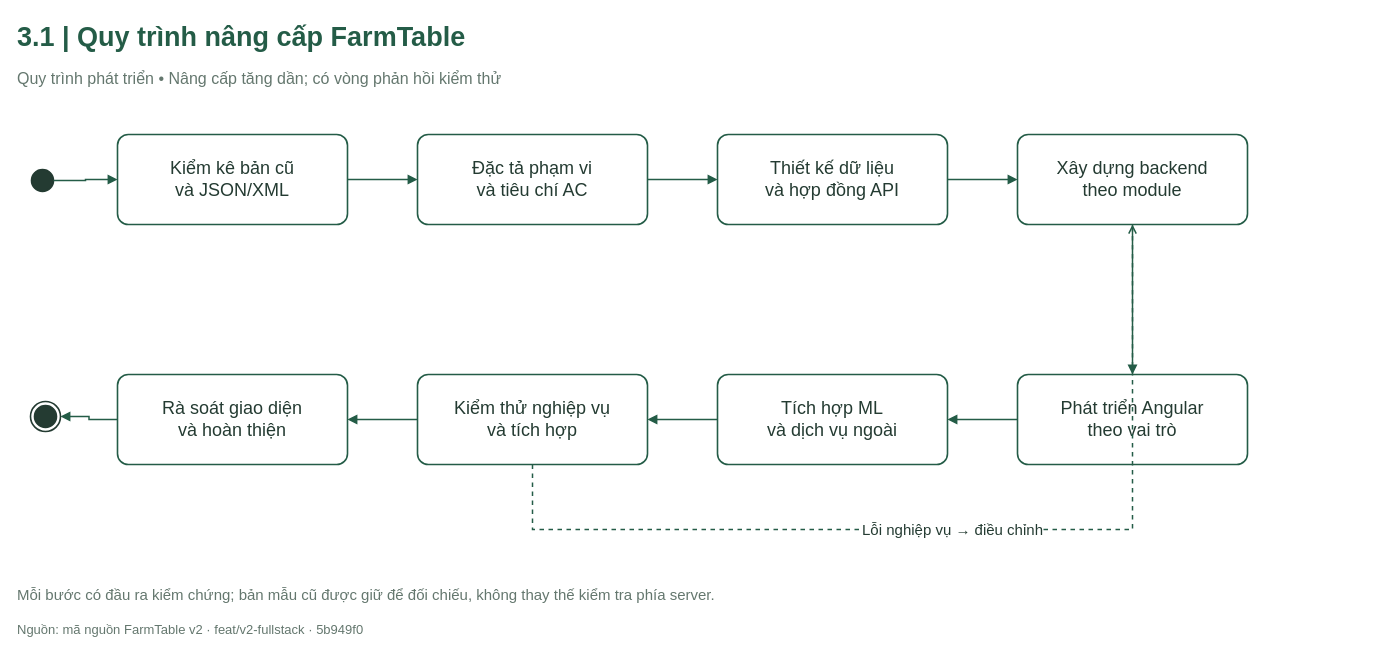
hathu1272006-eng/PTWnangcao keeps this draw.io diagram as FarmTable_Chuong3/So_do_BA/drawio/Hinh_3_1.drawio. Above is the earlier version. Source tidied: cells renumbered, new cells numbered last; positions are measured from the earlier drawing's top-left corner, leaving out a move shared by most shapes. Both pictures are drawn from the tidied source at 100%, with x=0, y=0 at pixel (17, 17).
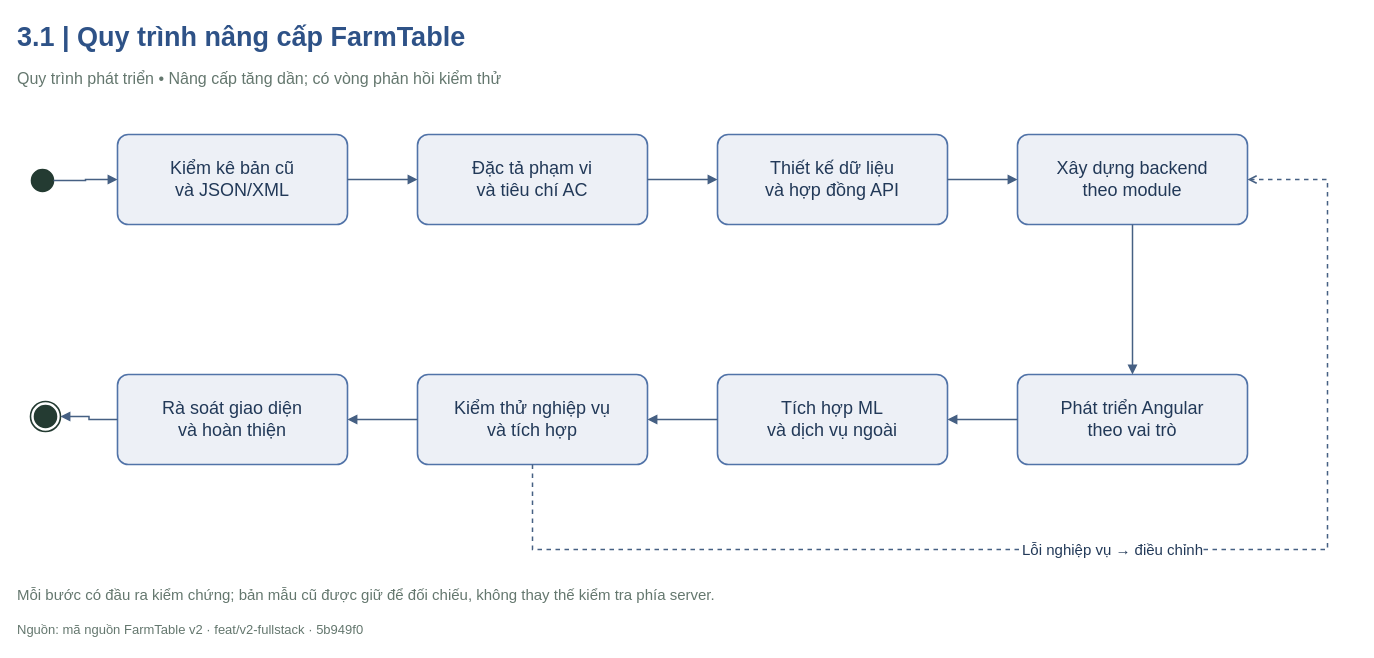
The same diagram, later.

Unchanged cells that the change refers to:
```xml
<mxCell id="4" style="html=1;whiteSpace=wrap;fontFamily=Arial;fontSize=18;fontColor=#243B32;strokeColor=#245C47;strokeWidth=1.6;fillColor=#FFFFFF;spacing=8;ellipse;fillColor=#243B32;strokeColor=#243B32;" parent="1" vertex="1">
  <mxGeometry x="14" y="152" width="22" height="22" as="geometry" />
</mxCell>
<mxCell id="21" style="html=1;whiteSpace=wrap;fontFamily=Arial;fontSize=18;fontColor=#243B32;strokeColor=#245C47;strokeWidth=1.6;fillColor=#FFFFFF;spacing=8;shape=endState;fillColor=#243B32;strokeColor=#243B32;" parent="1" vertex="1">
  <mxGeometry x="13" y="384" width="30" height="30" as="geometry" />
</mxCell>
```

Change to the diagram source:
```diff
@@
-    <mxCell id="2" value="3.1  |  Quy trình nâng cấp FarmTable" style="html=1;whiteSpace=wrap;fontFamily=Arial;fontSize=18;fontColor=#243B32;strokeColor=#245C47;strokeWidth=1.6;fillColor=#FFFFFF;spacing=8;text;strokeColor=none;fillColor=none;align=left;verticalAlign=middle;fontSize=27;fontStyle=1;fontColor=#245C47;spacing=0;" parent="1" vertex="1">
+    <mxCell id="2" value="3.1  |  Quy trình nâng cấp FarmTable" style="html=1;whiteSpace=wrap;fontFamily=Arial;fontSize=18;strokeColor=#245C47;strokeWidth=1.6;fillColor=#FFFFFF;spacing=8;text;strokeColor=none;fillColor=none;align=left;verticalAlign=middle;fontSize=27;fontStyle=1;spacing=0;fontColor=#2E5287;" parent="1" vertex="1">
       <mxGeometry width="1340" height="40" as="geometry" />
     </mxCell>
@@
-    <mxCell id="5" value="Kiểm kê bản cũ&lt;br/&gt;và JSON/XML" style="html=1;whiteSpace=wrap;fontFamily=Arial;fontSize=18;fontColor=#243B32;strokeColor=#245C47;strokeWidth=1.6;fillColor=#FFFFFF;spacing=8;rounded=1;arcSize=12;" parent="1" vertex="1">
+    <mxCell id="5" value="Kiểm kê bản cũ&lt;br/&gt;và JSON/XML" style="html=1;whiteSpace=wrap;fontFamily=Arial;fontSize=18;strokeWidth=1.6;spacing=8;rounded=1;arcSize=12;fillColor=#EDF0F6;strokeColor=#5173A8;fontColor=#223958;" parent="1" vertex="1">
       <mxGeometry x="100" y="117" width="230" height="90" as="geometry" />
     </mxCell>
-    <mxCell id="6" value="Đặc tả phạm vi&lt;br/&gt;và tiêu chí AC" style="html=1;whiteSpace=wrap;fontFamily=Arial;fontSize=18;fontColor=#243B32;strokeColor=#245C47;strokeWidth=1.6;fillColor=#FFFFFF;spacing=8;rounded=1;arcSize=12;" parent="1" vertex="1">
+    <mxCell id="6" value="Đặc tả phạm vi&lt;br/&gt;và tiêu chí AC" style="html=1;whiteSpace=wrap;fontFamily=Arial;fontSize=18;strokeWidth=1.6;spacing=8;rounded=1;arcSize=12;fillColor=#EDF0F6;strokeColor=#5173A8;fontColor=#223958;" parent="1" vertex="1">
       <mxGeometry x="400" y="117" width="230" height="90" as="geometry" />
     </mxCell>
-    <mxCell id="7" value="Thiết kế dữ liệu&lt;br/&gt;và hợp đồng API" style="html=1;whiteSpace=wrap;fontFamily=Arial;fontSize=18;fontColor=#243B32;strokeColor=#245C47;strokeWidth=1.6;fillColor=#FFFFFF;spacing=8;rounded=1;arcSize=12;" parent="1" vertex="1">
+    <mxCell id="7" value="Thiết kế dữ liệu&lt;br/&gt;và hợp đồng API" style="html=1;whiteSpace=wrap;fontFamily=Arial;fontSize=18;strokeWidth=1.6;spacing=8;rounded=1;arcSize=12;fillColor=#EDF0F6;strokeColor=#5173A8;fontColor=#223958;" parent="1" vertex="1">
       <mxGeometry x="700" y="117" width="230" height="90" as="geometry" />
     </mxCell>
-    <mxCell id="8" value="Xây dựng backend&lt;br/&gt;theo module" style="html=1;whiteSpace=wrap;fontFamily=Arial;fontSize=18;fontColor=#243B32;strokeColor=#245C47;strokeWidth=1.6;fillColor=#FFFFFF;spacing=8;rounded=1;arcSize=12;" parent="1" vertex="1">
+    <mxCell id="8" value="Xây dựng backend&lt;br/&gt;theo module" style="html=1;whiteSpace=wrap;fontFamily=Arial;fontSize=18;strokeWidth=1.6;spacing=8;rounded=1;arcSize=12;fillColor=#EDF0F6;strokeColor=#5173A8;fontColor=#223958;" parent="1" vertex="1">
       <mxGeometry x="1000" y="117" width="230" height="90" as="geometry" />
     </mxCell>
-    <mxCell id="9" value="Phát triển Angular&lt;br/&gt;theo vai trò" style="html=1;whiteSpace=wrap;fontFamily=Arial;fontSize=18;fontColor=#243B32;strokeColor=#245C47;strokeWidth=1.6;fillColor=#FFFFFF;spacing=8;rounded=1;arcSize=12;" parent="1" vertex="1">
+    <mxCell id="9" value="Phát triển Angular&lt;br/&gt;theo vai trò" style="html=1;whiteSpace=wrap;fontFamily=Arial;fontSize=18;strokeWidth=1.6;spacing=8;rounded=1;arcSize=12;fillColor=#EDF0F6;strokeColor=#5173A8;fontColor=#223958;" parent="1" vertex="1">
       <mxGeometry x="1000" y="357" width="230" height="90" as="geometry" />
     </mxCell>
-    <mxCell id="10" value="Tích hợp ML&lt;br/&gt;và dịch vụ ngoài" style="html=1;whiteSpace=wrap;fontFamily=Arial;fontSize=18;fontColor=#243B32;strokeColor=#245C47;strokeWidth=1.6;fillColor=#FFFFFF;spacing=8;rounded=1;arcSize=12;" parent="1" vertex="1">
+    <mxCell id="10" value="Tích hợp ML&lt;br/&gt;và dịch vụ ngoài" style="html=1;whiteSpace=wrap;fontFamily=Arial;fontSize=18;strokeWidth=1.6;spacing=8;rounded=1;arcSize=12;fillColor=#EDF0F6;strokeColor=#5173A8;fontColor=#223958;" parent="1" vertex="1">
       <mxGeometry x="700" y="357" width="230" height="90" as="geometry" />
     </mxCell>
-    <mxCell id="11" value="Kiểm thử nghiệp vụ&lt;br/&gt;và tích hợp" style="html=1;whiteSpace=wrap;fontFamily=Arial;fontSize=18;fontColor=#243B32;strokeColor=#245C47;strokeWidth=1.6;fillColor=#FFFFFF;spacing=8;rounded=1;arcSize=12;" parent="1" vertex="1">
+    <mxCell id="11" value="Kiểm thử nghiệp vụ&lt;br/&gt;và tích hợp" style="html=1;whiteSpace=wrap;fontFamily=Arial;fontSize=18;strokeWidth=1.6;spacing=8;rounded=1;arcSize=12;fillColor=#EDF0F6;strokeColor=#5173A8;fontColor=#223958;" parent="1" vertex="1">
       <mxGeometry x="400" y="357" width="230" height="90" as="geometry" />
     </mxCell>
-    <mxCell id="12" value="Rà soát giao diện&lt;br/&gt;và hoàn thiện" style="html=1;whiteSpace=wrap;fontFamily=Arial;fontSize=18;fontColor=#243B32;strokeColor=#245C47;strokeWidth=1.6;fillColor=#FFFFFF;spacing=8;rounded=1;arcSize=12;" parent="1" vertex="1">
+    <mxCell id="12" value="Rà soát giao diện&lt;br/&gt;và hoàn thiện" style="html=1;whiteSpace=wrap;fontFamily=Arial;fontSize=18;strokeWidth=1.6;spacing=8;rounded=1;arcSize=12;fillColor=#EDF0F6;strokeColor=#5173A8;fontColor=#223958;" parent="1" vertex="1">
       <mxGeometry x="100" y="357" width="230" height="90" as="geometry" />
     </mxCell>
-    <mxCell id="13" style="edgeStyle=orthogonalEdgeStyle;rounded=0;jettySize=20;html=1;fontFamily=Arial;fontSize=15;fontColor=#243B32;labelBackgroundColor=#FFFFFF;strokeColor=#245C47;strokeWidth=1.5;endArrow=block;endFill=1;exitX=1;exitY=0.5;entryX=0;entryY=0.5;exitDx=0;exitDy=0;entryDx=0;entryDy=0;" parent="1" edge="1" source="4" target="5">
+    <mxCell id="13" style="edgeStyle=orthogonalEdgeStyle;rounded=0;jettySize=20;html=1;fontFamily=Arial;fontSize=15;labelBackgroundColor=#FFFFFF;strokeWidth=1.5;endArrow=block;endFill=1;exitX=1;exitY=0.5;entryX=0;entryY=0.5;exitDx=0;exitDy=0;entryDx=0;entryDy=0;strokeColor=#466083;fontColor=#223958;" parent="1" edge="1" source="4" target="5">
       <mxGeometry relative="1" as="geometry" />
     </mxCell>
-    <mxCell id="14" style="edgeStyle=orthogonalEdgeStyle;rounded=0;jettySize=20;html=1;fontFamily=Arial;fontSize=15;fontColor=#243B32;labelBackgroundColor=#FFFFFF;strokeColor=#245C47;strokeWidth=1.5;endArrow=block;endFill=1;exitX=1;exitY=0.5;entryX=0;entryY=0.5;exitDx=0;exitDy=0;entryDx=0;entryDy=0;" parent="1" edge="1" source="5" target="6">
+    <mxCell id="14" style="edgeStyle=orthogonalEdgeStyle;rounded=0;jettySize=20;html=1;fontFamily=Arial;fontSize=15;labelBackgroundColor=#FFFFFF;strokeWidth=1.5;endArrow=block;endFill=1;exitX=1;exitY=0.5;entryX=0;entryY=0.5;exitDx=0;exitDy=0;entryDx=0;entryDy=0;strokeColor=#466083;fontColor=#223958;" parent="1" edge="1" source="5" target="6">
       <mxGeometry relative="1" as="geometry" />
     </mxCell>
-    <mxCell id="15" style="edgeStyle=orthogonalEdgeStyle;rounded=0;jettySize=20;html=1;fontFamily=Arial;fontSize=15;fontColor=#243B32;labelBackgroundColor=#FFFFFF;strokeColor=#245C47;strokeWidth=1.5;endArrow=block;endFill=1;exitX=1;exitY=0.5;entryX=0;entryY=0.5;exitDx=0;exitDy=0;entryDx=0;entryDy=0;" parent="1" edge="1" source="6" target="7">
+    <mxCell id="15" style="edgeStyle=orthogonalEdgeStyle;rounded=0;jettySize=20;html=1;fontFamily=Arial;fontSize=15;labelBackgroundColor=#FFFFFF;strokeWidth=1.5;endArrow=block;endFill=1;exitX=1;exitY=0.5;entryX=0;entryY=0.5;exitDx=0;exitDy=0;entryDx=0;entryDy=0;strokeColor=#466083;fontColor=#223958;" parent="1" edge="1" source="6" target="7">
       <mxGeometry relative="1" as="geometry" />
     </mxCell>
-    <mxCell id="16" style="edgeStyle=orthogonalEdgeStyle;rounded=0;jettySize=20;html=1;fontFamily=Arial;fontSize=15;fontColor=#243B32;labelBackgroundColor=#FFFFFF;strokeColor=#245C47;strokeWidth=1.5;endArrow=block;endFill=1;exitX=1;exitY=0.5;entryX=0;entryY=0.5;exitDx=0;exitDy=0;entryDx=0;entryDy=0;" parent="1" edge="1" source="7" target="8">
+    <mxCell id="16" style="edgeStyle=orthogonalEdgeStyle;rounded=0;jettySize=20;html=1;fontFamily=Arial;fontSize=15;labelBackgroundColor=#FFFFFF;strokeWidth=1.5;endArrow=block;endFill=1;exitX=1;exitY=0.5;entryX=0;entryY=0.5;exitDx=0;exitDy=0;entryDx=0;entryDy=0;strokeColor=#466083;fontColor=#223958;" parent="1" edge="1" source="7" target="8">
       <mxGeometry relative="1" as="geometry" />
     </mxCell>
-    <mxCell id="17" style="edgeStyle=orthogonalEdgeStyle;rounded=0;jettySize=20;html=1;fontFamily=Arial;fontSize=15;fontColor=#243B32;labelBackgroundColor=#FFFFFF;strokeColor=#245C47;strokeWidth=1.5;endArrow=block;endFill=1;exitX=0.5;exitY=1;entryX=0.5;entryY=0;exitDx=0;exitDy=0;entryDx=0;entryDy=0;" parent="1" edge="1" source="8" target="9">
+    <mxCell id="17" style="edgeStyle=orthogonalEdgeStyle;rounded=0;jettySize=20;html=1;fontFamily=Arial;fontSize=15;labelBackgroundColor=#FFFFFF;strokeWidth=1.5;endArrow=block;endFill=1;exitX=0.5;exitY=1;entryX=0.5;entryY=0;exitDx=0;exitDy=0;entryDx=0;entryDy=0;strokeColor=#466083;fontColor=#223958;" parent="1" edge="1" source="8" target="9">
       <mxGeometry relative="1" as="geometry" />
     </mxCell>
-    <mxCell id="18" style="edgeStyle=orthogonalEdgeStyle;rounded=0;jettySize=20;html=1;fontFamily=Arial;fontSize=15;fontColor=#243B32;labelBackgroundColor=#FFFFFF;strokeColor=#245C47;strokeWidth=1.5;endArrow=block;endFill=1;exitX=0;exitY=0.5;entryX=1;entryY=0.5;exitDx=0;exitDy=0;entryDx=0;entryDy=0;" parent="1" edge="1" source="9" target="10">
+    <mxCell id="18" style="edgeStyle=orthogonalEdgeStyle;rounded=0;jettySize=20;html=1;fontFamily=Arial;fontSize=15;labelBackgroundColor=#FFFFFF;strokeWidth=1.5;endArrow=block;endFill=1;exitX=0;exitY=0.5;entryX=1;entryY=0.5;exitDx=0;exitDy=0;entryDx=0;entryDy=0;strokeColor=#466083;fontColor=#223958;" parent="1" edge="1" source="9" target="10">
       <mxGeometry relative="1" as="geometry" />
     </mxCell>
-    <mxCell id="19" style="edgeStyle=orthogonalEdgeStyle;rounded=0;jettySize=20;html=1;fontFamily=Arial;fontSize=15;fontColor=#243B32;labelBackgroundColor=#FFFFFF;strokeColor=#245C47;strokeWidth=1.5;endArrow=block;endFill=1;exitX=0;exitY=0.5;entryX=1;entryY=0.5;exitDx=0;exitDy=0;entryDx=0;entryDy=0;" parent="1" edge="1" source="10" target="11">
+    <mxCell id="19" style="edgeStyle=orthogonalEdgeStyle;rounded=0;jettySize=20;html=1;fontFamily=Arial;fontSize=15;labelBackgroundColor=#FFFFFF;strokeWidth=1.5;endArrow=block;endFill=1;exitX=0;exitY=0.5;entryX=1;entryY=0.5;exitDx=0;exitDy=0;entryDx=0;entryDy=0;strokeColor=#466083;fontColor=#223958;" parent="1" edge="1" source="10" target="11">
       <mxGeometry relative="1" as="geometry" />
     </mxCell>
-    <mxCell id="20" style="edgeStyle=orthogonalEdgeStyle;rounded=0;jettySize=20;html=1;fontFamily=Arial;fontSize=15;fontColor=#243B32;labelBackgroundColor=#FFFFFF;strokeColor=#245C47;strokeWidth=1.5;endArrow=block;endFill=1;exitX=0;exitY=0.5;entryX=1;entryY=0.5;exitDx=0;exitDy=0;entryDx=0;entryDy=0;" parent="1" edge="1" source="11" target="12">
+    <mxCell id="20" style="edgeStyle=orthogonalEdgeStyle;rounded=0;jettySize=20;html=1;fontFamily=Arial;fontSize=15;labelBackgroundColor=#FFFFFF;strokeWidth=1.5;endArrow=block;endFill=1;exitX=0;exitY=0.5;entryX=1;entryY=0.5;exitDx=0;exitDy=0;entryDx=0;entryDy=0;strokeColor=#466083;fontColor=#223958;" parent="1" edge="1" source="11" target="12">
       <mxGeometry relative="1" as="geometry" />
     </mxCell>
@@
-    <mxCell id="22" style="edgeStyle=orthogonalEdgeStyle;rounded=0;jettySize=20;html=1;fontFamily=Arial;fontSize=15;fontColor=#243B32;labelBackgroundColor=#FFFFFF;strokeColor=#245C47;strokeWidth=1.5;endArrow=block;endFill=1;exitX=0;exitY=0.5;entryX=1;entryY=0.5;exitDx=0;exitDy=0;entryDx=0;entryDy=0;" parent="1" edge="1" source="12" target="21">
+    <mxCell id="22" style="edgeStyle=orthogonalEdgeStyle;rounded=0;jettySize=20;html=1;fontFamily=Arial;fontSize=15;labelBackgroundColor=#FFFFFF;strokeWidth=1.5;endArrow=block;endFill=1;exitX=0;exitY=0.5;entryX=1;entryY=0.5;exitDx=0;exitDy=0;entryDx=0;entryDy=0;strokeColor=#466083;fontColor=#223958;" parent="1" edge="1" source="12" target="21">
       <mxGeometry relative="1" as="geometry" />
     </mxCell>
-    <mxCell id="23" value="Lỗi nghiệp vụ → điều chỉnh" style="edgeStyle=orthogonalEdgeStyle;rounded=0;jettySize=20;html=1;fontFamily=Arial;fontSize=15;fontColor=#243B32;labelBackgroundColor=#FFFFFF;strokeColor=#245C47;strokeWidth=1.5;endArrow=block;endFill=1;dashed=1;endArrow=open;endFill=0;exitX=0.5;exitY=1;entryX=0.5;entryY=1;exitDx=0;exitDy=0;entryDx=0;entryDy=0;" parent="1" edge="1" source="11" target="8">
+    <mxCell id="23" value="Lỗi nghiệp vụ → điều chỉnh" style="edgeStyle=orthogonalEdgeStyle;rounded=0;jettySize=20;html=1;fontFamily=Arial;fontSize=15;labelBackgroundColor=#FFFFFF;strokeWidth=1.5;endArrow=block;endFill=1;dashed=1;endArrow=open;endFill=0;exitX=0.5;exitY=1;entryX=1;entryY=0.5;exitDx=0;exitDy=0;entryDx=0;entryDy=0;strokeColor=#466083;fontColor=#223958;" parent="1" edge="1" source="11" target="8">
       <mxGeometry relative="1" as="geometry">
         <Array as="points">
-          <mxPoint x="515" y="512" />
-          <mxPoint x="1115" y="512" />
+          <mxPoint x="515" y="532" />
+          <mxPoint x="1310" y="532" />
+          <mxPoint x="1310" y="162" />
         </Array>
       </mxGeometry>
     </mxCell>
```
